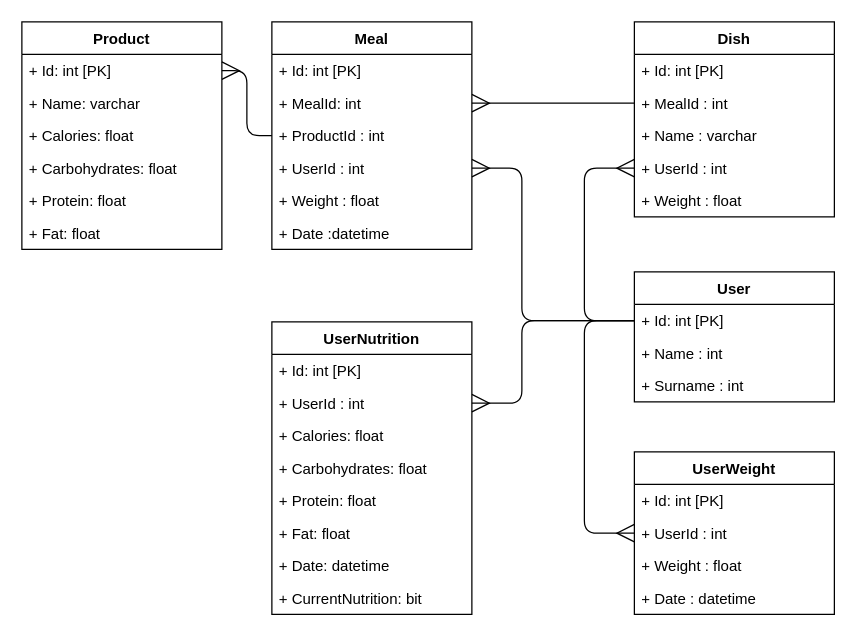
The draw.io diagram CaloriesDb.drawio in pieczarkaniesmacznosci/calories-tracker, before the edit. Source tidied: cells renumbered, new cells numbered last; positions are measured from the earlier drawing's top-left corner, leaving out a move shared by most shapes. Both pictures are drawn from the tidied source at 125%, with x=0, y=0 at pixel (21, 21).
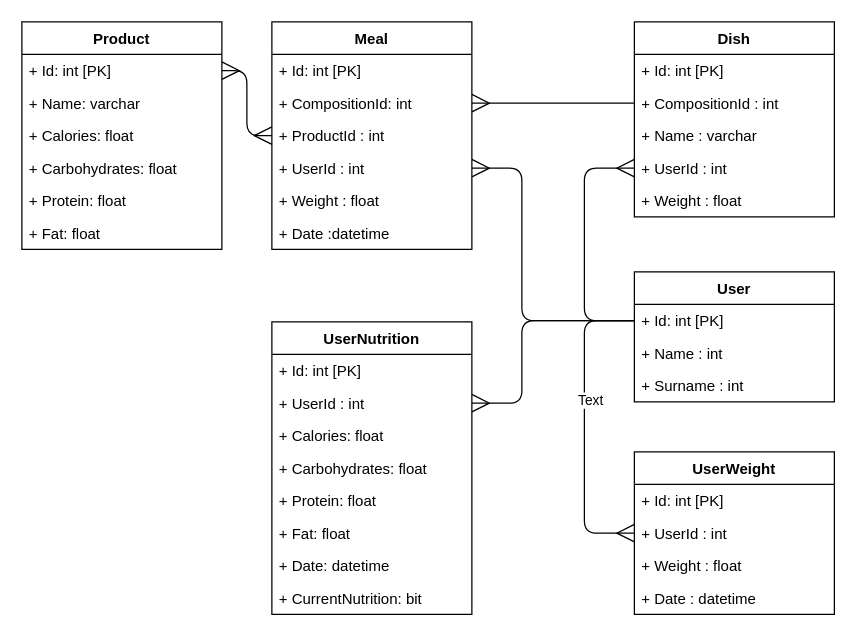
After the change.

Unchanged cells that the change refers to:
```xml
<mxCell id="2" style="edgeStyle=elbowEdgeStyle;elbow=horizontal;endArrow=ERmany;html=1;entryX=0;entryY=0.5;entryDx=0;entryDy=0;exitX=0;exitY=0.5;exitDx=0;exitDy=0;endFill=0;endSize=12;" parent="1" edge="1" source="43" target="39">
  <mxGeometry relative="1" as="geometry">
    <Array as="points">
      <mxPoint x="450" y="320" />
      <mxPoint x="460" y="320" />
      <mxPoint x="430" y="290" />
      <mxPoint x="440" y="320" />
      <mxPoint x="470" y="370" />
    </Array>
  </mxGeometry>
</mxCell>
<mxCell id="7" value="+ Id: int [PK]" style="text;strokeColor=none;fillColor=none;align=left;verticalAlign=top;spacingLeft=4;spacingRight=4;overflow=hidden;points=[[0,0.5],[1,0.5]];portConstraint=eastwest;" parent="6" vertex="1">
  <mxGeometry y="26" width="160" height="26" as="geometry" />
</mxCell>
<mxCell id="15" value="Meal" style="swimlane;fontStyle=1;align=center;verticalAlign=top;horizontal=1;startSize=26;" parent="1" vertex="1">
  <mxGeometry x="200" width="160" height="182" as="geometry" />
</mxCell>
<mxCell id="18" value="+ ProductId : int&#10;" style="text;strokeColor=none;fillColor=none;align=left;verticalAlign=top;spacingLeft=4;spacingRight=4;overflow=hidden;points=[[0,0.5],[1,0.5]];portConstraint=eastwest;" parent="15" vertex="1">
  <mxGeometry y="78" width="160" height="26" as="geometry" />
</mxCell>
<mxCell id="31" value="Dish" style="swimlane;fontStyle=1;align=center;verticalAlign=top;horizontal=1;startSize=26;" parent="1" vertex="1">
  <mxGeometry x="490" width="160" height="156" as="geometry" />
</mxCell>
```

Change to the diagram source:
```diff
@@
+    <mxCell id="46" value="Text" style="edgeLabel;html=1;align=center;verticalAlign=middle;" parent="2" vertex="1">
+      <mxGeometry x="-0.18" y="4" relative="1" as="geometry" />
+    </mxCell>
@@
-    <mxCell id="4" style="edgeStyle=elbowEdgeStyle;elbow=horizontal;endArrow=ERmany;html=1;entryX=1;entryY=0.5;entryDx=0;entryDy=0;exitX=0;exitY=0.5;exitDx=0;exitDy=0;endFill=0;endSize=12;" parent="1" edge="1" source="18" target="7">
+    <mxCell id="4" style="edgeStyle=elbowEdgeStyle;elbow=horizontal;endArrow=ERmany;html=1;entryX=1;entryY=0.5;entryDx=0;entryDy=0;exitX=0;exitY=0.5;exitDx=0;exitDy=0;endFill=0;endSize=12;startArrow=ERmany;startFill=0;targetPerimeterSpacing=0;startSize=12;" parent="1" edge="1" source="18" target="7">
       <mxGeometry relative="1" as="geometry" />
     </mxCell>
-    <mxCell id="5" style="edgeStyle=elbowEdgeStyle;elbow=horizontal;endArrow=ERmany;html=1;entryX=1;entryY=0.5;entryDx=0;entryDy=0;exitX=0;exitY=0.5;exitDx=0;exitDy=0;endFill=0;endSize=12;" parent="1" edge="1" source="33" target="17">
+    <mxCell id="5" style="edgeStyle=elbowEdgeStyle;elbow=horizontal;endArrow=ERmany;html=1;entryX=1;entryY=0.5;entryDx=0;entryDy=0;exitX=0;exitY=0.5;exitDx=0;exitDy=0;endFill=0;endSize=12;startArrow=none;startFill=0;" parent="1" edge="1" source="33" target="17">
       <mxGeometry relative="1" as="geometry" />
     </mxCell>
@@
-    <mxCell id="17" value="+ MealId: int" style="text;strokeColor=none;fillColor=none;align=left;verticalAlign=top;spacingLeft=4;spacingRight=4;overflow=hidden;points=[[0,0.5],[1,0.5]];portConstraint=eastwest;" parent="15" vertex="1">
+    <mxCell id="17" value="+ CompositionId: int" style="text;strokeColor=none;fillColor=none;align=left;verticalAlign=top;spacingLeft=4;spacingRight=4;overflow=hidden;points=[[0,0.5],[1,0.5]];portConstraint=eastwest;" parent="15" vertex="1">
       <mxGeometry y="52" width="160" height="26" as="geometry" />
     </mxCell>
@@
-    <mxCell id="33" value="+ MealId : int&#10;" style="text;strokeColor=none;fillColor=none;align=left;verticalAlign=top;spacingLeft=4;spacingRight=4;overflow=hidden;points=[[0,0.5],[1,0.5]];portConstraint=eastwest;" parent="31" vertex="1">
+    <mxCell id="33" value="+ CompositionId : int&#10;" style="text;strokeColor=none;fillColor=none;align=left;verticalAlign=top;spacingLeft=4;spacingRight=4;overflow=hidden;points=[[0,0.5],[1,0.5]];portConstraint=eastwest;" parent="31" vertex="1">
       <mxGeometry y="52" width="160" height="26" as="geometry" />
     </mxCell>
```
